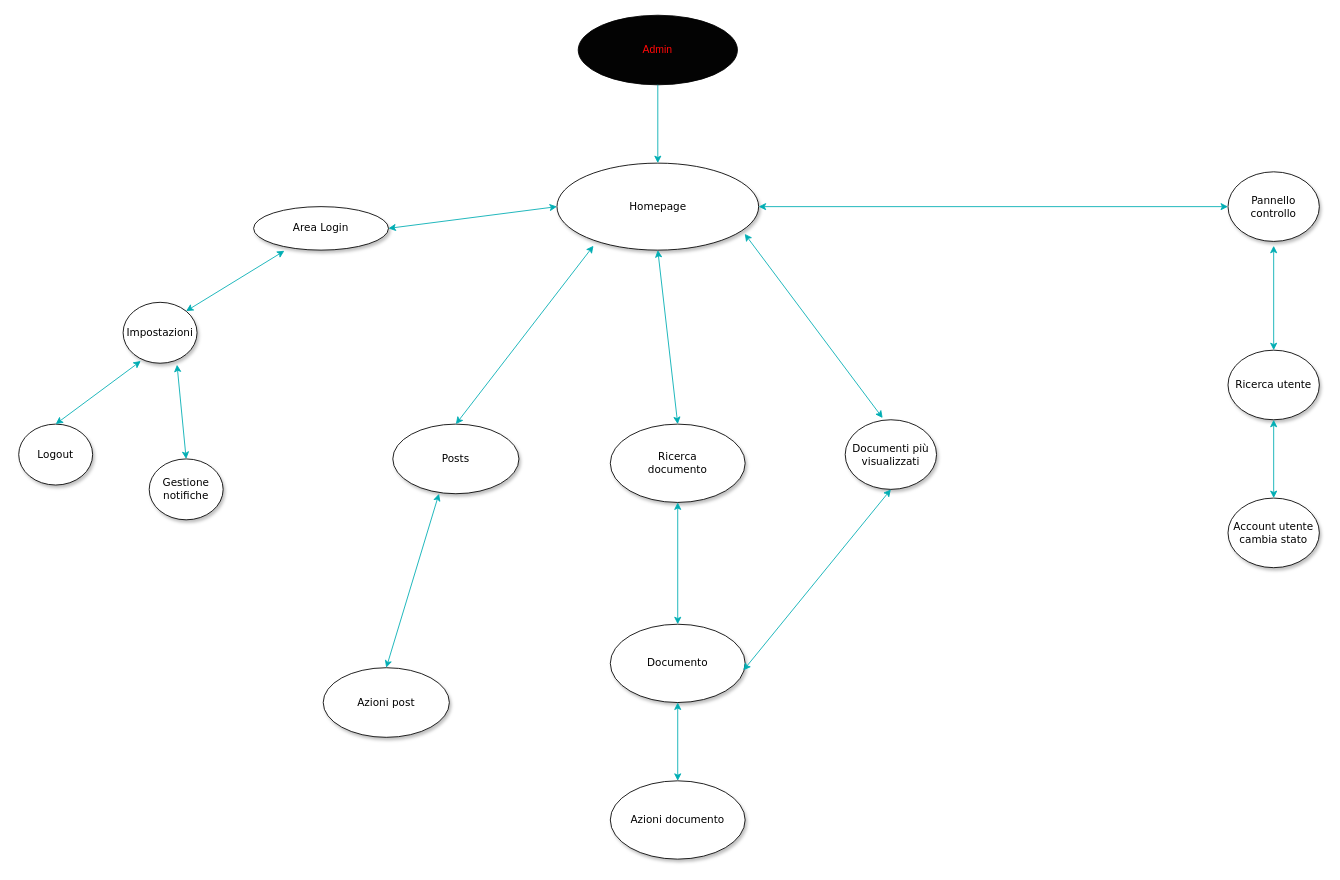
This is Deliverables/navigational_paths/admin.drawio from PeppeVII/DocApp_Classe03, a draw.io file, before an edit. Source tidied: cells renumbered, new cells numbered last; positions are measured from the earlier drawing's top-left corner, leaving out a move shared by most shapes. Both pictures are drawn from the tidied source at 87%, with x=0, y=0 at pixel (18, 15).
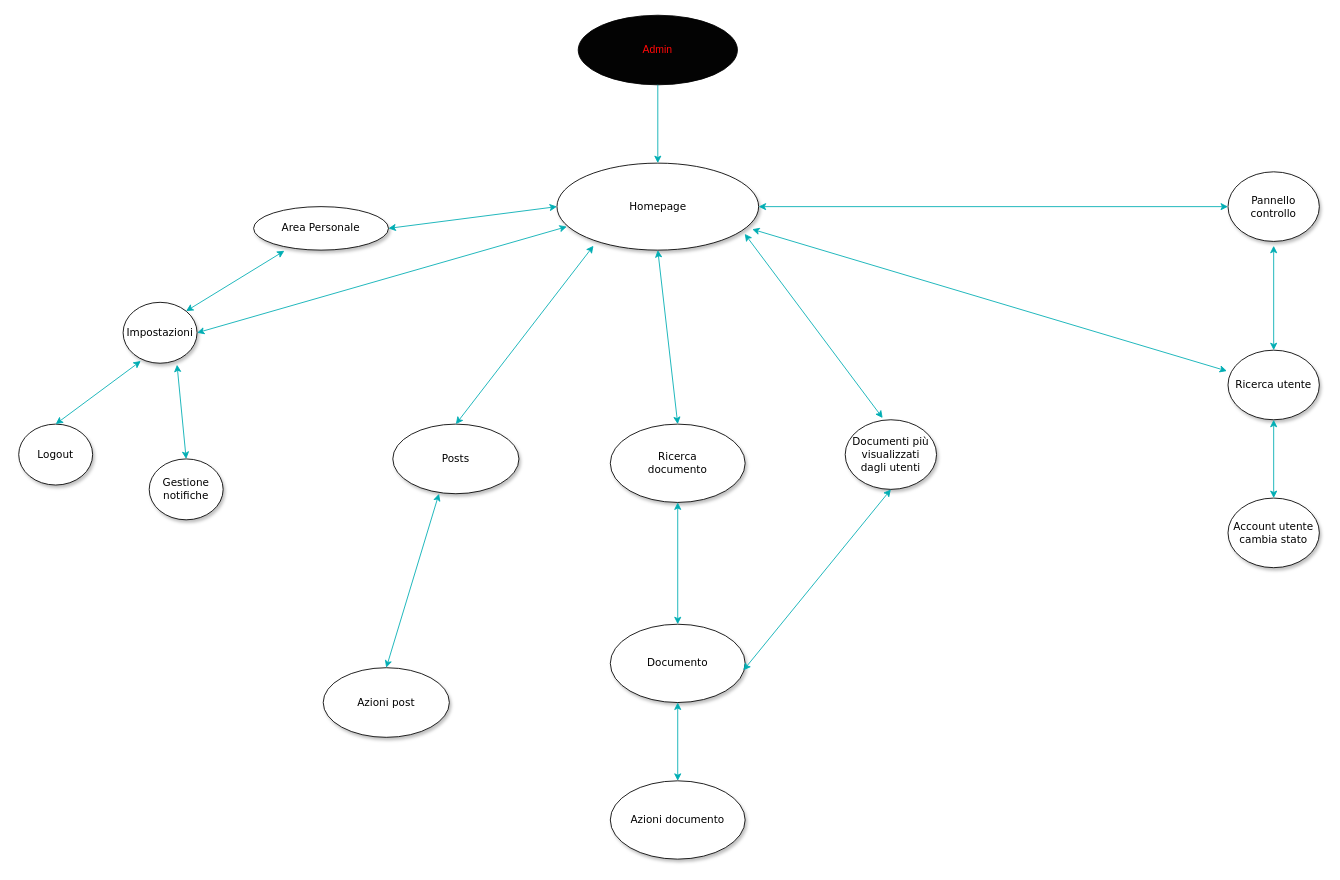
The same diagram, later.

Unchanged cells that the change refers to:
```xml
<mxCell id="2" value="Homepage" style="ellipse;whiteSpace=wrap;html=1;rounded=0;shadow=1;comic=0;labelBackgroundColor=none;strokeWidth=1;fontFamily=Verdana;fontSize=12;align=center;" parent="1" vertex="1">
  <mxGeometry x="618.7" y="170" width="231.8" height="100" as="geometry" />
</mxCell>
<mxCell id="13" value="Impostazioni" style="ellipse;whiteSpace=wrap;html=1;rounded=0;shadow=1;comic=0;labelBackgroundColor=none;strokeWidth=1;fontFamily=Verdana;fontSize=12;align=center;" parent="1" vertex="1">
  <mxGeometry x="120" y="330" width="85" height="70" as="geometry" />
</mxCell>
<mxCell id="22" value="Ricerca utente" style="ellipse;whiteSpace=wrap;html=1;rounded=0;shadow=1;comic=0;labelBackgroundColor=none;strokeWidth=1;fontFamily=Verdana;fontSize=12;align=center;" parent="1" vertex="1">
  <mxGeometry x="1390" y="385" width="105" height="80" as="geometry" />
</mxCell>
```

The edit, as a diff of the source:
```diff
@@
-    <mxCell id="4" value="Area Login" style="ellipse;whiteSpace=wrap;html=1;rounded=0;shadow=1;comic=0;labelBackgroundColor=none;strokeWidth=1;fontFamily=Verdana;fontSize=12;align=center;" parent="1" vertex="1">
+    <mxCell id="4" value="Area Personale" style="ellipse;whiteSpace=wrap;html=1;rounded=0;shadow=1;comic=0;labelBackgroundColor=none;strokeWidth=1;fontFamily=Verdana;fontSize=12;align=center;" parent="1" vertex="1">
       <mxGeometry x="270" y="220" width="155" height="50" as="geometry" />
     </mxCell>
@@
-    <mxCell id="17" value="Documenti più visualizzati" style="ellipse;whiteSpace=wrap;html=1;rounded=0;shadow=1;comic=0;labelBackgroundColor=none;strokeWidth=1;fontFamily=Verdana;fontSize=12;align=center;" parent="1" vertex="1">
+    <mxCell id="17" value="&lt;div&gt;Documenti più visualizzati&lt;/div&gt;&lt;div&gt;dagli utenti&lt;br&gt;&lt;/div&gt;" style="ellipse;whiteSpace=wrap;html=1;rounded=0;shadow=1;comic=0;labelBackgroundColor=none;strokeWidth=1;fontFamily=Verdana;fontSize=12;align=center;" parent="1" vertex="1">
       <mxGeometry x="950" y="465" width="105" height="80" as="geometry" />
     </mxCell>
@@
+    <mxCell id="32" style="endArrow=classic;startArrow=classic;html=1;rounded=0;shadow=0;strokeColor=#00ADB3;sourcePerimeterSpacing=5;targetPerimeterSpacing=5;jumpStyle=gap;exitX=1;exitY=0.5;exitDx=0;exitDy=0;entryX=0.049;entryY=0.73;entryDx=0;entryDy=0;entryPerimeter=0;" parent="1" edge="1" source="13" target="2">
+      <mxGeometry relative="1" as="geometry" />
+    </mxCell>
+    <mxCell id="33" style="endArrow=classic;startArrow=classic;html=1;rounded=0;shadow=0;strokeColor=#00ADB3;sourcePerimeterSpacing=5;targetPerimeterSpacing=5;jumpStyle=gap;entryX=0.968;entryY=0.76;entryDx=0;entryDy=0;entryPerimeter=0;" parent="1" edge="1" source="22" target="2">
+      <mxGeometry relative="1" as="geometry" />
+    </mxCell>
```
